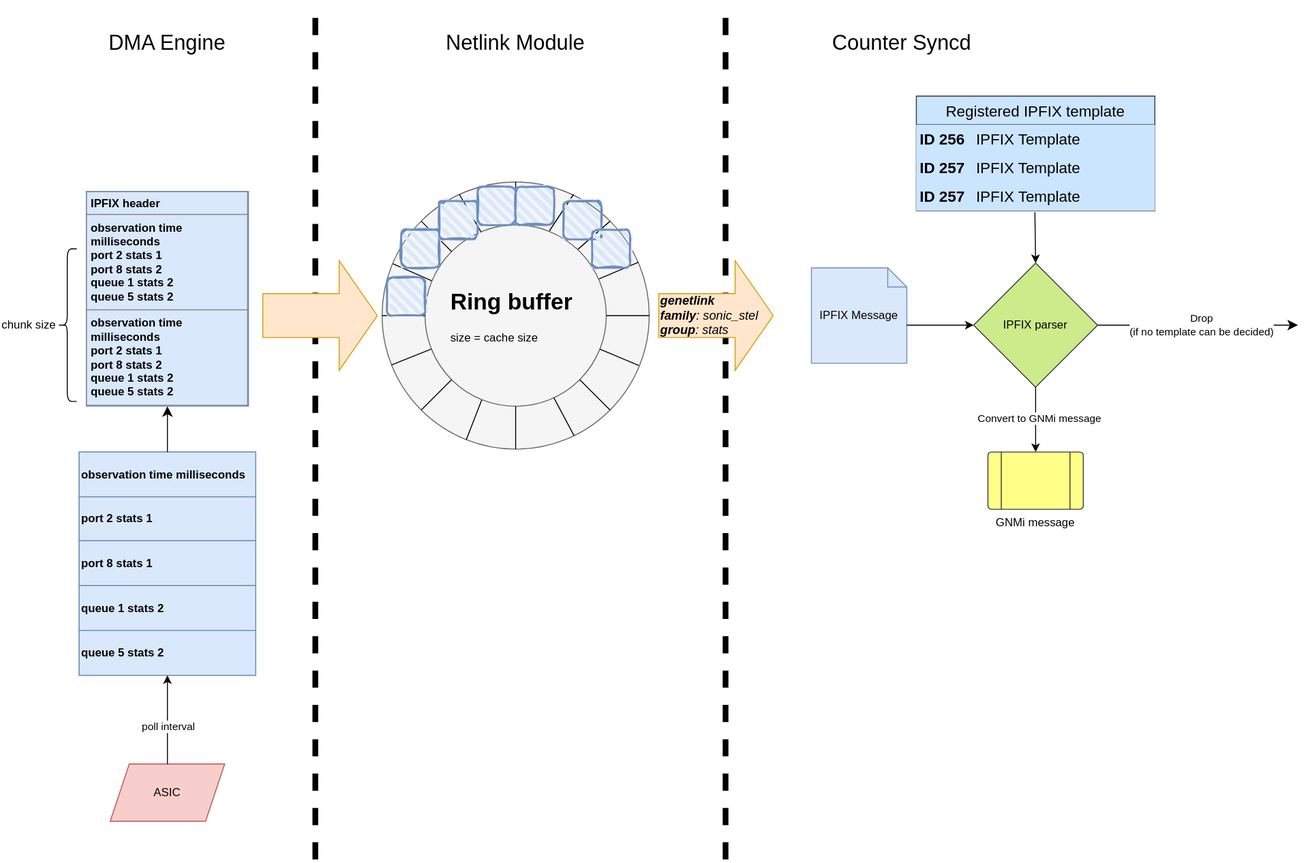
Before: doc/stream-telemetry/netlink_dma_channel.drawio.svg, a diagram exported from draw.io (sonic-net/SONiC). Source tidied: cells renumbered, new cells last; positions are measured from the earlier drawing's top-left corner, leaving out a move shared by most shapes.
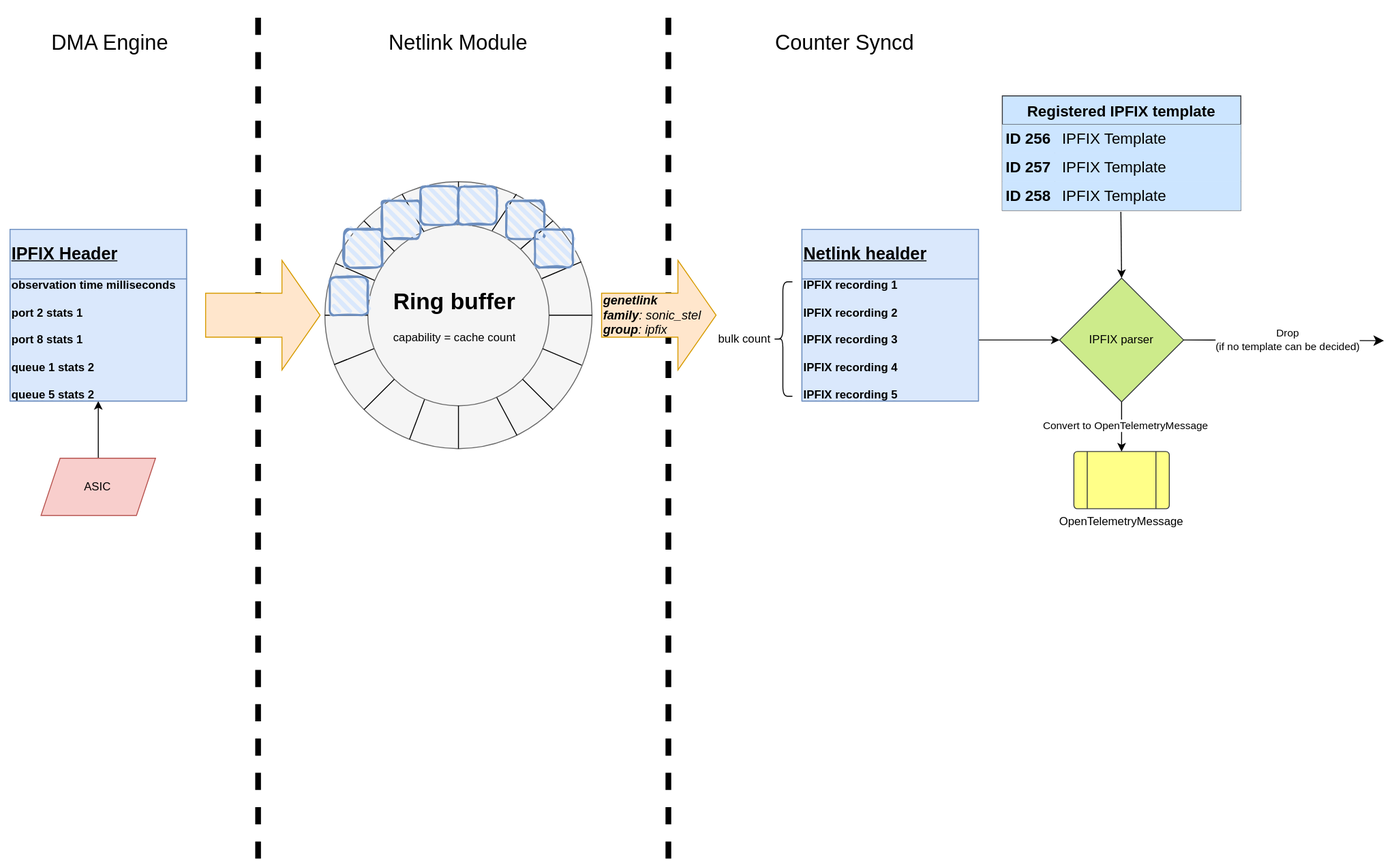
The same file after the commit.

The edit, as a diff of the source:
```diff
@@ -14,7 +14,7 @@
         <mxPoint x="760" y="10" as="targetPoint" />
       </mxGeometry>
     </mxCell>
-    <mxCell id="4" value="&lt;b&gt;genetlink&lt;/b&gt;&lt;div style=&quot;font-size: 13px;&quot;&gt;&lt;div style=&quot;font-size: 13px;&quot;&gt;&lt;b&gt;family&lt;/b&gt;: sonic_stel&lt;/div&gt;&lt;/div&gt;&lt;div style=&quot;font-size: 13px;&quot;&gt;&lt;b&gt;group&lt;/b&gt;: stats&lt;/div&gt;" style="html=1;shadow=0;dashed=0;align=left;verticalAlign=middle;shape=mxgraph.arrows2.arrow;dy=0.6;dx=40;notch=0;fontStyle=2;fontSize=13;fillColor=#ffe6cc;strokeColor=#d79b00;" parent="1" vertex="1">
+    <mxCell id="4" value="&lt;b&gt;genetlink&lt;/b&gt;&lt;div style=&quot;font-size: 13px;&quot;&gt;&lt;div style=&quot;font-size: 13px;&quot;&gt;&lt;b&gt;family&lt;/b&gt;: sonic_stel&lt;/div&gt;&lt;/div&gt;&lt;div style=&quot;font-size: 13px;&quot;&gt;&lt;b&gt;group&lt;/b&gt;: ipfix&lt;/div&gt;" style="html=1;shadow=0;dashed=0;align=left;verticalAlign=middle;shape=mxgraph.arrows2.arrow;dy=0.6;dx=40;notch=0;fontStyle=2;fontSize=13;fillColor=#ffe6cc;strokeColor=#d79b00;" parent="1" vertex="1">
       <mxGeometry x="690" y="272.5" width="120" height="115" as="geometry" />
     </mxCell>
     <mxCell id="5" value="Netlink Module" style="text;html=1;align=center;verticalAlign=middle;whiteSpace=wrap;rounded=0;strokeWidth=1;fontSize=22;" parent="1" vertex="1">
@@ -26,67 +26,38 @@
     <mxCell id="7" value="DMA Engine" style="text;html=1;align=center;verticalAlign=middle;whiteSpace=wrap;rounded=0;strokeWidth=1;fontSize=22;" parent="1" vertex="1">
       <mxGeometry x="60" width="230" height="90" as="geometry" />
     </mxCell>
+    <mxCell id="73" style="edgeStyle=orthogonalEdgeStyle;rounded=0;jettySize=auto;html=1;" parent="1" edge="1" source="8" target="10">
+      <mxGeometry relative="1" as="geometry" />
+    </mxCell>
     <mxCell id="8" value="ASIC" style="shape=parallelogram;perimeter=parallelogramPerimeter;whiteSpace=wrap;html=1;fixedSize=1;flipH=1;flipV=1;fillColor=#f8cecc;strokeColor=#b85450;" parent="1" vertex="1">
-      <mxGeometry x="115" y="800" width="120" height="60" as="geometry" />
+      <mxGeometry x="102.5" y="480" width="120" height="60" as="geometry" />
     </mxCell>
-    <mxCell id="9" value="&lt;table style=&quot;width:100%;height:100%;border-collapse:collapse;&quot; cellpadding=&quot;4&quot; height=&quot;100%&quot; width=&quot;100%&quot; border=&quot;1&quot;&gt;&lt;tbody&gt;&lt;tr&gt;&lt;th&gt;&lt;span&gt;IPFIX header&lt;/span&gt;&lt;/th&gt;&lt;/tr&gt;&lt;tr&gt;&lt;td&gt;observation time milliseconds&lt;br&gt;port 2 stats 1&lt;br&gt;port 8 stats 2&lt;br&gt;queue 1 stats 2&lt;br&gt;queue 5 stats 2&lt;/td&gt;&lt;/tr&gt;&lt;tr&gt;&lt;td&gt;observation time milliseconds&lt;br&gt;port 2 stats 1&lt;br&gt;port 8 stats 2&lt;br&gt;queue 1 stats 2&lt;br&gt;queue 5 stats 2&lt;br&gt;&lt;/td&gt;&lt;/tr&gt;&lt;/tbody&gt;&lt;/table&gt;" style="text;html=1;whiteSpace=wrap;strokeColor=#6c8ebf;fillColor=#dae8fc;overflow=fill;flipH=1;flipV=1;align=left;fontStyle=1;" parent="1" vertex="1">
-      <mxGeometry x="90" y="200" width="170" height="225" as="geometry" />
-    </mxCell>
     <mxCell id="10" style="shadow=0;fillColor=#dae8fc;flipH=1;flipV=1;align=left;strokeColor=#6c8ebf;fontStyle=1;fontSize=10;" parent="1" vertex="1">
-      <mxGeometry x="82.5" y="473" width="185" height="234" as="geometry" />
+      <mxGeometry x="70" y="240" width="185" height="180" as="geometry" />
     </mxCell>
+    <mxCell id="74" style="shape=tableRow;horizontal=0;startSize=0;swimlaneHead=0;swimlaneBody=0;top=0;left=0;bottom=0;right=0;fontStyle=1;fillColor=#dae8fc;strokeColor=#6c8ebf;" parent="10" vertex="1">
+      <mxGeometry width="185" height="52" as="geometry" />
+    </mxCell>
+    <mxCell id="75" value="&lt;u&gt;&lt;font style=&quot;font-size: 18px;&quot;&gt;IPFIX Header&lt;/font&gt;&lt;/u&gt;" style="strokeColor=#6c8ebf;fillColor=#dae8fc;align=left;whiteSpace=wrap;html=1;fontStyle=1;fontSize=12;" parent="74" vertex="1">
+      <mxGeometry width="185" height="52" as="geometry" />
+    </mxCell>
     <mxCell id="11" style="shape=tableRow;horizontal=0;startSize=0;swimlaneHead=0;swimlaneBody=0;top=0;left=0;bottom=0;right=0;fontStyle=1;fillColor=#dae8fc;strokeColor=#6c8ebf;" parent="10" vertex="1">
-      <mxGeometry width="185" height="47" as="geometry" />
+      <mxGeometry y="52" width="185" height="128" as="geometry" />
     </mxCell>
-    <mxCell id="12" value="&lt;span style=&quot;font-size: 12px;&quot;&gt;observation time milliseconds&lt;/span&gt;" style="strokeColor=#6c8ebf;fillColor=#dae8fc;align=left;whiteSpace=wrap;html=1;fontStyle=1;fontSize=12;" parent="11" vertex="1">
-      <mxGeometry width="185" height="47" as="geometry" />
+    <mxCell id="12" value="&lt;span style=&quot;font-size: 12px;&quot;&gt;observation time milliseconds&lt;/span&gt;&lt;div&gt;&lt;br&gt;&lt;div&gt;port 2 stats 1&lt;span style=&quot;font-size: 12px;&quot;&gt;&lt;br&gt;&lt;/span&gt;&lt;/div&gt;&lt;div&gt;&lt;br&gt;&lt;/div&gt;&lt;div&gt;port 8 stats 1&lt;br&gt;&lt;/div&gt;&lt;div&gt;&lt;br&gt;&lt;/div&gt;&lt;div&gt;queue 1 stats 2&lt;br&gt;&lt;/div&gt;&lt;div&gt;&lt;br&gt;&lt;/div&gt;&lt;div&gt;queue 5 stats 2&lt;br&gt;&lt;/div&gt;&lt;/div&gt;" style="strokeColor=#6c8ebf;fillColor=#dae8fc;align=left;whiteSpace=wrap;html=1;fontStyle=1;fontSize=12;" parent="11" vertex="1">
+      <mxGeometry width="185" height="128" as="geometry" />
     </mxCell>
-    <mxCell id="13" style="shape=tableRow;horizontal=0;startSize=0;swimlaneHead=0;swimlaneBody=0;top=0;left=0;bottom=0;right=0;fontStyle=1;fillColor=#dae8fc;strokeColor=#6c8ebf;" parent="10" vertex="1">
-      <mxGeometry y="47" width="185" height="46" as="geometry" />
-    </mxCell>
-    <mxCell id="14" value="&lt;span style=&quot;&quot;&gt;port 2 stats 1&lt;/span&gt;" style="strokeColor=#6c8ebf;fillColor=#dae8fc;align=left;whiteSpace=wrap;html=1;fontStyle=1;" parent="13" vertex="1">
-      <mxGeometry width="185" height="46" as="geometry" />
-    </mxCell>
-    <mxCell id="15" style="shape=tableRow;horizontal=0;startSize=0;swimlaneHead=0;swimlaneBody=0;top=0;left=0;bottom=0;right=0;fontStyle=1;fillColor=#dae8fc;strokeColor=#6c8ebf;" parent="10" vertex="1">
-      <mxGeometry y="93" width="185" height="47" as="geometry" />
-    </mxCell>
-    <mxCell id="16" value="&lt;span style=&quot;&quot;&gt;port 8 stats 1&lt;/span&gt;" style="strokeColor=#6c8ebf;fillColor=#dae8fc;align=left;whiteSpace=wrap;html=1;fontStyle=1;" parent="15" vertex="1">
-      <mxGeometry width="185" height="47" as="geometry" />
-    </mxCell>
-    <mxCell id="17" style="shape=tableRow;horizontal=0;startSize=0;swimlaneHead=0;swimlaneBody=0;top=0;left=0;bottom=0;right=0;fontStyle=1;fillColor=#dae8fc;strokeColor=#6c8ebf;" parent="10" vertex="1">
-      <mxGeometry y="140" width="185" height="47" as="geometry" />
-    </mxCell>
-    <mxCell id="18" value="queue 1 stats 2" style="strokeColor=#6c8ebf;fillColor=#dae8fc;align=left;whiteSpace=wrap;html=1;fontStyle=1;" parent="17" vertex="1">
-      <mxGeometry width="185" height="47" as="geometry" />
-    </mxCell>
-    <mxCell id="19" style="shape=tableRow;horizontal=0;startSize=0;swimlaneHead=0;swimlaneBody=0;top=0;left=0;bottom=0;right=0;fontStyle=1;fillColor=#dae8fc;strokeColor=#6c8ebf;" parent="10" vertex="1">
-      <mxGeometry y="187" width="185" height="47" as="geometry" />
-    </mxCell>
-    <mxCell id="20" value="queue 5 stats 2" style="strokeColor=#6c8ebf;fillColor=#dae8fc;align=left;whiteSpace=wrap;html=1;fontStyle=1;" parent="19" vertex="1">
-      <mxGeometry width="185" height="47" as="geometry" />
-    </mxCell>
-    <mxCell id="21" style="endArrow=classic;html=1;rounded=0;entryX=0.5;entryY=1;entryDx=0;entryDy=0;exitX=0.5;exitY=0;exitDx=0;exitDy=0;" parent="1" edge="1" source="8" target="19">
-      <mxGeometry relative="1" as="geometry" />
-    </mxCell>
-    <mxCell id="22" value="poll interval" style="edgeLabel;html=1;align=center;verticalAlign=middle;" parent="21" vertex="1">
-      <mxGeometry x="0.3" y="3" relative="1" as="geometry">
-        <mxPoint x="3" y="21" as="offset" />
-      </mxGeometry>
-    </mxCell>
-    <mxCell id="23" style="edgeStyle=segmentEdgeStyle;endArrow=classic;html=1;curved=0;rounded=0;endSize=8;startSize=8;entryX=0.5;entryY=1;entryDx=0;entryDy=0;exitX=0.5;exitY=0;exitDx=0;exitDy=0;" parent="1" edge="1" source="11" target="9">
-      <mxGeometry relative="1" as="geometry" />
-    </mxCell>
     <mxCell id="24" style="shape=curlyBracket;whiteSpace=wrap;html=1;rounded=1;labelPosition=left;verticalLabelPosition=middle;align=right;verticalAlign=middle;" parent="1" vertex="1">
-      <mxGeometry x="60" y="260" width="20" height="160" as="geometry" />
+      <mxGeometry x="870" y="295" width="20" height="120" as="geometry" />
     </mxCell>
-    <mxCell id="25" value="chunk size" style="text;html=1;align=center;verticalAlign=middle;whiteSpace=wrap;rounded=0;" parent="1" vertex="1">
-      <mxGeometry y="325" width="60" height="30" as="geometry" />
+    <mxCell id="25" value="bulk count" style="text;html=1;align=center;verticalAlign=middle;whiteSpace=wrap;rounded=0;" parent="1" vertex="1">
+      <mxGeometry x="810" y="340" width="60" height="30" as="geometry" />
     </mxCell>
     <mxCell id="26" style="html=1;shadow=0;dashed=0;align=left;verticalAlign=middle;shape=mxgraph.arrows2.arrow;dy=0.6;dx=40;notch=0;fillColor=#ffe6cc;strokeColor=#d79b00;" parent="1" vertex="1">
       <mxGeometry x="275" y="272.5" width="120" height="115" as="geometry" />
     </mxCell>
-    <mxCell id="27" value="Registered IPFIX template" style="shape=table;startSize=30;rowLines=0;fontStyle=0;strokeColor=#36393d;fontSize=16;fillColor=#cce5ff;" parent="1" vertex="1">
-      <mxGeometry x="960" y="100" width="250" height="120" as="geometry" />
+    <mxCell id="27" value="Registered IPFIX template" style="shape=table;startSize=30;rowLines=0;fontStyle=1;strokeColor=#36393d;fontSize=16;fillColor=#cce5ff;" parent="1" vertex="1">
+      <mxGeometry x="1110" y="100" width="250" height="120" as="geometry" />
     </mxCell>
     <mxCell id="28" style="shape=tableRow;horizontal=0;startSize=0;swimlaneHead=0;swimlaneBody=0;top=0;left=0;bottom=0;right=0;fillColor=#cce5ff;strokeColor=#36393d;fontSize=16;" parent="27" vertex="1">
       <mxGeometry y="30" width="250" height="30" as="geometry" />
@@ -109,19 +80,16 @@
     <mxCell id="34" style="shape=tableRow;horizontal=0;startSize=0;swimlaneHead=0;swimlaneBody=0;top=0;left=0;bottom=0;right=0;fillColor=#cce5ff;points=[[0,0.5],[1,0.5]];portConstraint=eastwest;strokeColor=#36393d;fontSize=16;" parent="27" vertex="1">
       <mxGeometry y="90" width="250" height="30" as="geometry" />
     </mxCell>
-    <mxCell id="35" value="ID 257" style="shape=partialRectangle;html=1;whiteSpace=wrap;fillColor=#cce5ff;top=0;left=0;bottom=0;right=0;overflow=hidden;strokeColor=#36393d;fontSize=16;fontStyle=1;" parent="34" vertex="1">
+    <mxCell id="35" value="ID 258" style="shape=partialRectangle;html=1;whiteSpace=wrap;fillColor=#cce5ff;top=0;left=0;bottom=0;right=0;overflow=hidden;strokeColor=#36393d;fontSize=16;fontStyle=1;" parent="34" vertex="1">
       <mxGeometry width="55" height="30" as="geometry" />
     </mxCell>
     <mxCell id="36" value="IPFIX Template&amp;nbsp;" style="shape=partialRectangle;html=1;whiteSpace=wrap;fillColor=#cce5ff;top=0;left=0;bottom=0;right=0;align=left;spacingLeft=6;overflow=hidden;strokeColor=#36393d;fontSize=16;" parent="34" vertex="1">
       <mxGeometry x="55" width="195" height="30" as="geometry" />
     </mxCell>
-    <mxCell id="37" value="IPFIX Message" style="shape=note;size=20;whiteSpace=wrap;html=1;fillColor=#dae8fc;strokeColor=#6c8ebf;" parent="1" vertex="1">
-      <mxGeometry x="850" y="280" width="100" height="100" as="geometry" />
-    </mxCell>
     <mxCell id="38" value="IPFIX parser" style="rhombus;whiteSpace=wrap;html=1;fillColor=#cdeb8b;strokeColor=#36393d;" parent="1" vertex="1">
-      <mxGeometry x="1020" y="275" width="130" height="130" as="geometry" />
+      <mxGeometry x="1170" y="291" width="130" height="130" as="geometry" />
     </mxCell>
-    <mxCell id="39" style="endArrow=classic;html=1;rounded=0;entryX=0;entryY=0.5;entryDx=0;entryDy=0;exitX=0;exitY=0;exitDx=100;exitDy=60;exitPerimeter=0;" parent="1" edge="1" source="37" target="38">
+    <mxCell id="39" style="endArrow=classic;html=1;rounded=0;entryX=0;entryY=0.5;entryDx=0;entryDy=0;exitX=1;exitY=0.5;exitDx=0;exitDy=0;" parent="1" edge="1" source="79" target="38">
       <mxGeometry relative="1" as="geometry" />
     </mxCell>
     <mxCell id="40" style="group;" parent="1" vertex="1">
@@ -181,7 +149,7 @@
     <mxCell id="58" style="endArrow=none;html=1;rounded=0;entryX=0.711;entryY=0.954;entryDx=0;entryDy=0;entryPerimeter=0;exitX=0.719;exitY=0.95;exitDx=0;exitDy=0;exitPerimeter=0;" parent="40" edge="1" source="41" target="42">
       <mxGeometry relative="1" as="geometry" />
     </mxCell>
-    <mxCell id="59" value="&lt;h1 style=&quot;margin-top: 0px;&quot;&gt;Ring buffer&lt;/h1&gt;&lt;p&gt;size = cache size&lt;/p&gt;" style="text;html=1;whiteSpace=wrap;overflow=hidden;rounded=0;" parent="40" vertex="1">
+    <mxCell id="59" value="&lt;h1 style=&quot;margin-top: 0px;&quot;&gt;Ring buffer&lt;/h1&gt;&lt;p&gt;capability = cache count&lt;/p&gt;" style="text;html=1;whiteSpace=wrap;overflow=hidden;rounded=0;" parent="40" vertex="1">
       <mxGeometry x="70" y="105" width="140" height="70" as="geometry" />
     </mxCell>
     <mxCell id="60" style="rounded=1;whiteSpace=wrap;html=1;strokeWidth=2;fillWeight=4;hachureGap=8;hachureAngle=45;fillColor=#dae8fc;sketch=1;strokeColor=#6c8ebf;" parent="40" vertex="1">
@@ -210,7 +178,7 @@
     </mxCell>
     <mxCell id="68" style="edgeStyle=elbowEdgeStyle;elbow=vertical;endArrow=classic;html=1;curved=0;rounded=0;endSize=8;startSize=8;exitX=1;exitY=0.5;exitDx=0;exitDy=0;" parent="1" edge="1" source="38">
       <mxGeometry relative="1" as="geometry">
-        <mxPoint x="1360" y="340" as="targetPoint" />
+        <mxPoint x="1510" y="356" as="targetPoint" />
       </mxGeometry>
     </mxCell>
     <mxCell id="69" value="Drop&lt;div&gt;(if no template can be decided)&lt;/div&gt;" style="edgeLabel;html=1;align=center;verticalAlign=middle;" parent="68" vertex="1">
@@ -218,14 +186,29 @@
         <mxPoint x="-75" as="offset" />
       </mxGeometry>
     </mxCell>
-    <mxCell id="70" value="GNMi message" style="verticalLabelPosition=bottom;verticalAlign=top;html=1;shape=process;whiteSpace=wrap;rounded=1;size=0.14;arcSize=6;fillColor=#ffff88;strokeColor=#36393d;" parent="1" vertex="1">
-      <mxGeometry x="1035" y="473" width="100" height="60" as="geometry" />
+    <mxCell id="70" value="OpenTelemetryMessage" style="verticalLabelPosition=bottom;verticalAlign=top;html=1;shape=process;whiteSpace=wrap;rounded=1;size=0.14;arcSize=6;fillColor=#ffff88;strokeColor=#36393d;" parent="1" vertex="1">
+      <mxGeometry x="1185" y="473" width="100" height="60" as="geometry" />
     </mxCell>
     <mxCell id="71" style="endArrow=classic;html=1;rounded=0;exitX=0.5;exitY=1;exitDx=0;exitDy=0;entryX=0.5;entryY=0;entryDx=0;entryDy=0;" parent="1" edge="1" source="38" target="70">
       <mxGeometry relative="1" as="geometry" />
     </mxCell>
-    <mxCell id="72" value="Convert to GNMi message" style="edgeLabel;html=1;align=center;verticalAlign=middle;" parent="71" vertex="1">
+    <mxCell id="72" value="Convert to OpenTelemetryMessage" style="edgeLabel;html=1;align=center;verticalAlign=middle;" parent="71" vertex="1">
       <mxGeometry x="-0.06" y="3" relative="1" as="geometry" />
     </mxCell>
+    <mxCell id="76" style="shadow=0;fillColor=#dae8fc;flipH=1;flipV=1;align=left;strokeColor=#6c8ebf;fontStyle=1;fontSize=10;" parent="1" vertex="1">
+      <mxGeometry x="900" y="240" width="185" height="180" as="geometry" />
+    </mxCell>
+    <mxCell id="77" style="shape=tableRow;horizontal=0;startSize=0;swimlaneHead=0;swimlaneBody=0;top=0;left=0;bottom=0;right=0;fontStyle=1;fillColor=#dae8fc;strokeColor=#6c8ebf;" parent="76" vertex="1">
+      <mxGeometry width="185" height="52" as="geometry" />
+    </mxCell>
+    <mxCell id="78" value="&lt;u&gt;&lt;font style=&quot;font-size: 18px;&quot;&gt;Netlink healder&lt;/font&gt;&lt;/u&gt;" style="strokeColor=#6c8ebf;fillColor=#dae8fc;align=left;whiteSpace=wrap;html=1;fontStyle=1;fontSize=12;" parent="77" vertex="1">
+      <mxGeometry width="185" height="52" as="geometry" />
+    </mxCell>
+    <mxCell id="79" style="shape=tableRow;horizontal=0;startSize=0;swimlaneHead=0;swimlaneBody=0;top=0;left=0;bottom=0;right=0;fontStyle=1;fillColor=#dae8fc;strokeColor=#6c8ebf;" parent="76" vertex="1">
+      <mxGeometry y="52" width="185" height="128" as="geometry" />
+    </mxCell>
+    <mxCell id="80" value="&lt;span style=&quot;font-size: 12px;&quot;&gt;IPFIX recording 1&lt;/span&gt;&lt;div&gt;&lt;br&gt;&lt;div&gt;IPFIX recording 2&lt;span style=&quot;font-size: 12px;&quot;&gt;&lt;br&gt;&lt;/span&gt;&lt;/div&gt;&lt;div&gt;&lt;br&gt;&lt;/div&gt;&lt;div&gt;IPFIX recording 3&lt;br&gt;&lt;/div&gt;&lt;div&gt;&lt;br&gt;&lt;/div&gt;&lt;div&gt;IPFIX recording 4&lt;br&gt;&lt;/div&gt;&lt;div&gt;&lt;br&gt;&lt;/div&gt;&lt;div&gt;IPFIX recording 5&lt;br&gt;&lt;/div&gt;&lt;/div&gt;" style="strokeColor=#6c8ebf;fillColor=#dae8fc;align=left;whiteSpace=wrap;html=1;fontStyle=1;fontSize=12;" parent="79" vertex="1">
+      <mxGeometry width="185" height="128" as="geometry" />
+    </mxCell>
   </root>
 </mxGraphModel>
```
